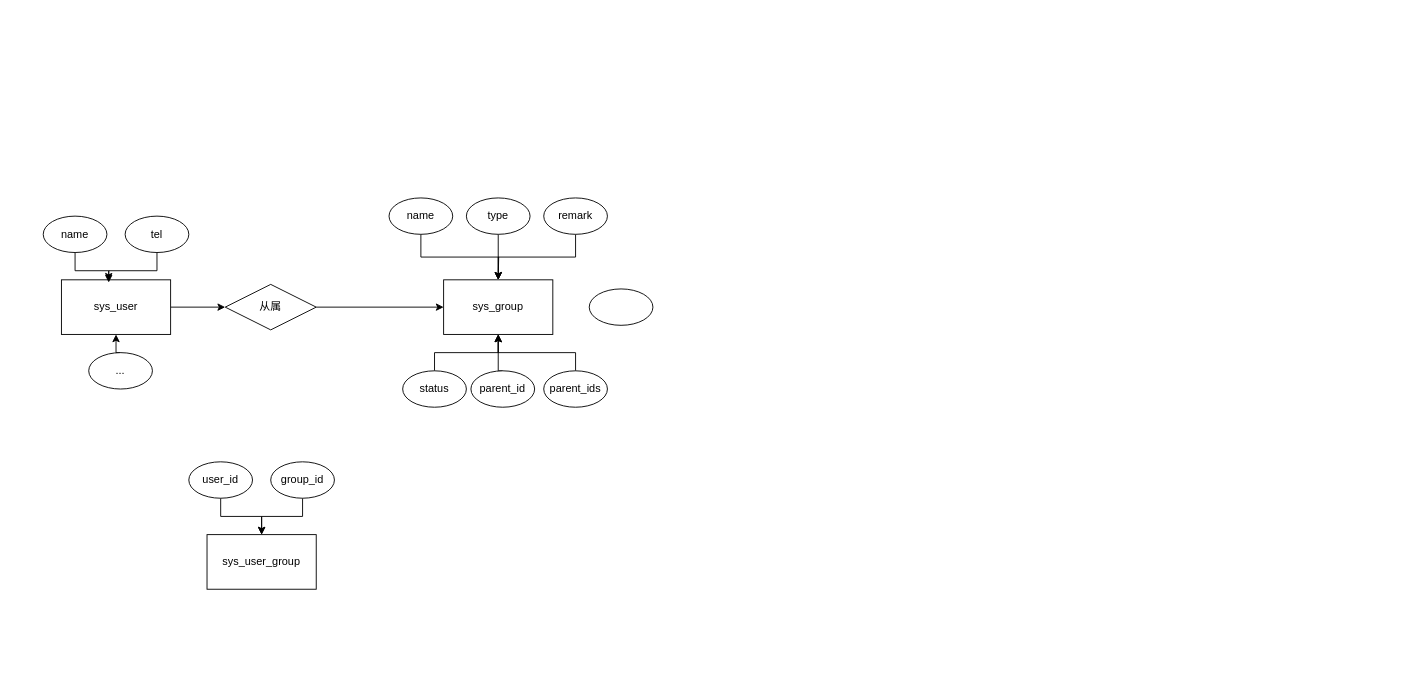
Above: 未命名绘图.drawio in xiefei0525/bmw_er (draw.io), before the change. Source tidied: cells renumbered, new cells numbered last; positions are measured from the earlier drawing's top-left corner, leaving out a move shared by most shapes. Both pictures are drawn from the tidied source at 91%, with x=0, y=0 at pixel (43, 197).
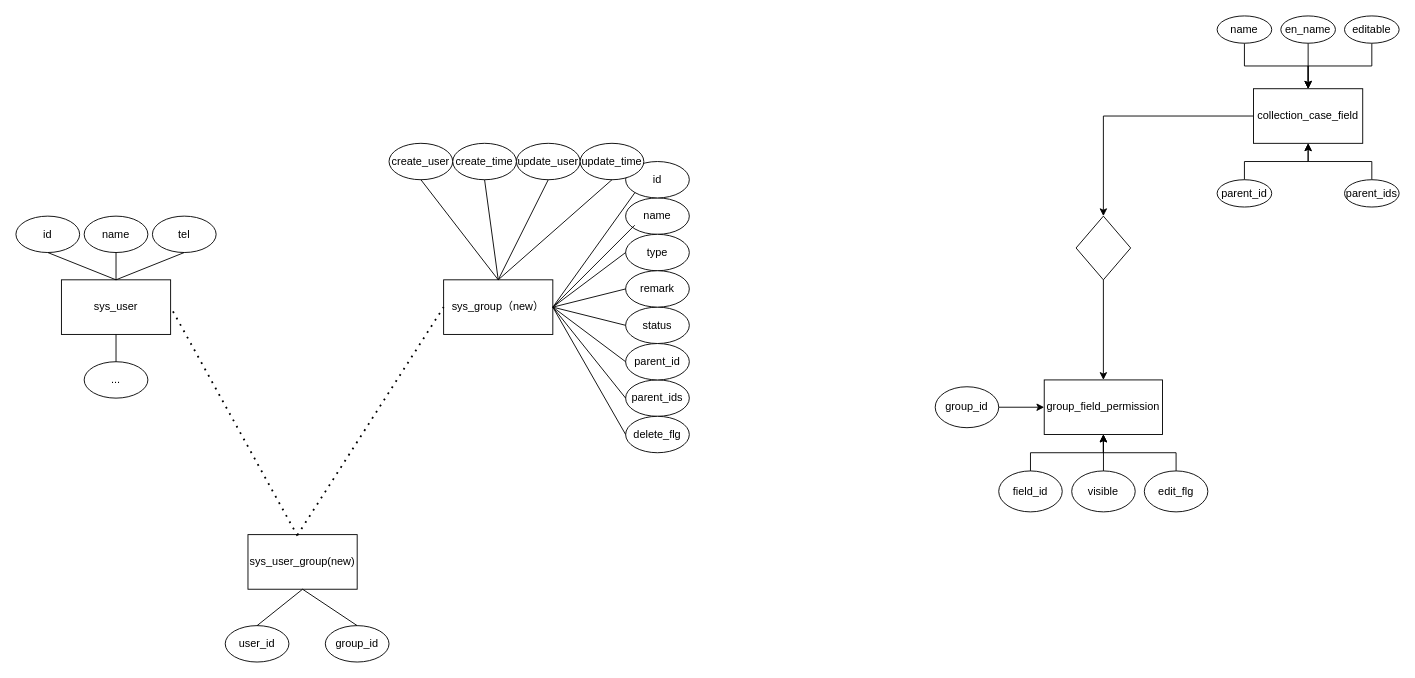
After the change.

Commit message:
更新未命名绘图.drawio

Unchanged cells that the change refers to:
```xml
<mxCell id="3" value="sys_user" style="rounded=0;whiteSpace=wrap;html=1;" parent="1" vertex="1">
  <mxGeometry x="20" y="90" width="120" height="60" as="geometry" />
</mxCell>
```

Diff of the diagram source:
```diff
@@
-    <mxCell id="2" style="edgeStyle=orthogonalEdgeStyle;rounded=0;jettySize=auto;html=1;exitX=1;exitY=0.5;exitDx=0;exitDy=0;" parent="1" edge="1" source="3" target="6">
-      <mxGeometry relative="1" as="geometry" />
-    </mxCell>
@@
-    <mxCell id="4" value="sys_group" style="rounded=0;whiteSpace=wrap;html=1;" parent="1" vertex="1">
+    <mxCell id="4" value="sys_group（new）" style="rounded=0;whiteSpace=wrap;html=1;" parent="1" vertex="1">
       <mxGeometry x="440" y="90" width="120" height="60" as="geometry" />
     </mxCell>
-    <mxCell id="5" style="edgeStyle=orthogonalEdgeStyle;rounded=0;jettySize=auto;html=1;exitX=1;exitY=0.5;exitDx=0;exitDy=0;entryX=0;entryY=0.5;entryDx=0;entryDy=0;" parent="1" edge="1" source="6" target="4">
-      <mxGeometry relative="1" as="geometry" />
-    </mxCell>
-    <mxCell id="6" value="从属" style="rhombus;whiteSpace=wrap;html=1;" parent="1" vertex="1">
-      <mxGeometry x="200" y="95" width="100" height="50" as="geometry" />
-    </mxCell>
-    <mxCell id="7" style="edgeStyle=orthogonalEdgeStyle;rounded=0;jettySize=auto;html=1;exitX=0.5;exitY=1;exitDx=0;exitDy=0;" parent="1" edge="1" source="8">
-      <mxGeometry relative="1" as="geometry">
-        <mxPoint x="500" y="90" as="targetPoint" />
-      </mxGeometry>
-    </mxCell>
     <mxCell id="8" value="name" style="ellipse;whiteSpace=wrap;html=1;" parent="1" vertex="1">
-      <mxGeometry x="380" width="70" height="40" as="geometry" />
+      <mxGeometry x="640" width="70" height="40" as="geometry" />
     </mxCell>
-    <mxCell id="9" style="edgeStyle=orthogonalEdgeStyle;rounded=0;jettySize=auto;html=1;exitX=0.5;exitY=0;exitDx=0;exitDy=0;entryX=0.5;entryY=1;entryDx=0;entryDy=0;" parent="1" edge="1" source="10" target="4">
-      <mxGeometry relative="1" as="geometry" />
-    </mxCell>
     <mxCell id="10" value="status" style="ellipse;whiteSpace=wrap;html=1;" parent="1" vertex="1">
-      <mxGeometry x="395" y="190" width="70" height="40" as="geometry" />
+      <mxGeometry x="640" y="120" width="70" height="40" as="geometry" />
     </mxCell>
-    <mxCell id="11" style="edgeStyle=orthogonalEdgeStyle;rounded=0;jettySize=auto;html=1;" parent="1" edge="1" source="12" target="4">
-      <mxGeometry relative="1" as="geometry" />
-    </mxCell>
-    <mxCell id="12" value="type" style="ellipse;whiteSpace=wrap;html=1;" parent="1" vertex="1">
-      <mxGeometry x="465" width="70" height="40" as="geometry" />
-    </mxCell>
-    <mxCell id="13" style="edgeStyle=orthogonalEdgeStyle;rounded=0;jettySize=auto;html=1;exitX=0.5;exitY=1;exitDx=0;exitDy=0;entryX=0.5;entryY=0;entryDx=0;entryDy=0;" parent="1" edge="1" source="14" target="4">
-      <mxGeometry relative="1" as="geometry" />
-    </mxCell>
-    <mxCell id="14" value="remark" style="ellipse;whiteSpace=wrap;html=1;" parent="1" vertex="1">
-      <mxGeometry x="550" width="70" height="40" as="geometry" />
-    </mxCell>
-    <mxCell id="15" style="edgeStyle=orthogonalEdgeStyle;rounded=0;jettySize=auto;html=1;exitX=0.5;exitY=0;exitDx=0;exitDy=0;entryX=0.5;entryY=1;entryDx=0;entryDy=0;" parent="1" edge="1" source="16" target="4">
-      <mxGeometry relative="1" as="geometry" />
-    </mxCell>
     <mxCell id="16" value="parent_ids" style="ellipse;whiteSpace=wrap;html=1;" parent="1" vertex="1">
-      <mxGeometry x="550" y="190" width="70" height="40" as="geometry" />
+      <mxGeometry x="640" y="200" width="70" height="40" as="geometry" />
     </mxCell>
-    <mxCell id="17" style="edgeStyle=orthogonalEdgeStyle;rounded=0;jettySize=auto;html=1;exitX=0.5;exitY=0;exitDx=0;exitDy=0;" parent="1" edge="1" source="18">
-      <mxGeometry relative="1" as="geometry">
-        <mxPoint x="500" y="150" as="targetPoint" />
-        <Array as="points">
-          <mxPoint x="500" y="190" />
-        </Array>
-      </mxGeometry>
-    </mxCell>
     <mxCell id="18" value="parent_id" style="ellipse;whiteSpace=wrap;html=1;" parent="1" vertex="1">
-      <mxGeometry x="470" y="190" width="70" height="40" as="geometry" />
+      <mxGeometry x="640" y="160" width="70" height="40" as="geometry" />
     </mxCell>
-    <mxCell id="19" style="edgeStyle=orthogonalEdgeStyle;rounded=0;jettySize=auto;html=1;exitX=0.5;exitY=1;exitDx=0;exitDy=0;entryX=0.433;entryY=0.017;entryDx=0;entryDy=0;entryPerimeter=0;" parent="1" edge="1" source="20" target="3">
-      <mxGeometry relative="1" as="geometry" />
-    </mxCell>
-    <mxCell id="20" value="name" style="ellipse;whiteSpace=wrap;html=1;" parent="1" vertex="1">
-      <mxGeometry y="20" width="70" height="40" as="geometry" />
+    <mxCell id="20" value="id" style="ellipse;whiteSpace=wrap;html=1;" parent="1" vertex="1">
+      <mxGeometry x="-30" y="20" width="70" height="40" as="geometry" />
     </mxCell>
-    <mxCell id="21" style="edgeStyle=orthogonalEdgeStyle;rounded=0;jettySize=auto;html=1;exitX=0.5;exitY=0;exitDx=0;exitDy=0;entryX=0.5;entryY=1;entryDx=0;entryDy=0;" parent="1" edge="1" source="22" target="3">
-      <mxGeometry relative="1" as="geometry" />
-    </mxCell>
     <mxCell id="22" value="..." style="ellipse;whiteSpace=wrap;html=1;" parent="1" vertex="1">
-      <mxGeometry x="50" y="170" width="70" height="40" as="geometry" />
+      <mxGeometry x="45" y="180" width="70" height="40" as="geometry" />
     </mxCell>
-    <mxCell id="23" style="edgeStyle=orthogonalEdgeStyle;rounded=0;jettySize=auto;html=1;entryX=0.433;entryY=0.05;entryDx=0;entryDy=0;entryPerimeter=0;" parent="1" edge="1" source="24" target="3">
-      <mxGeometry relative="1" as="geometry">
-        <Array as="points">
-          <mxPoint x="125" y="80" />
-          <mxPoint x="72" y="80" />
-        </Array>
-      </mxGeometry>
-    </mxCell>
     <mxCell id="24" value="tel" style="ellipse;whiteSpace=wrap;html=1;" parent="1" vertex="1">
-      <mxGeometry x="90" y="20" width="70" height="40" as="geometry" />
+      <mxGeometry x="120" y="20" width="70" height="40" as="geometry" />
     </mxCell>
-    <mxCell id="25" value="sys_user_group" style="rounded=0;whiteSpace=wrap;html=1;" parent="1" vertex="1">
-      <mxGeometry x="180" y="370" width="120" height="60" as="geometry" />
+    <mxCell id="25" value="sys_user_group(new)" style="rounded=0;whiteSpace=wrap;html=1;" parent="1" vertex="1">
+      <mxGeometry x="225" y="370" width="120" height="60" as="geometry" />
     </mxCell>
+    <mxCell id="27" value="user_id" style="ellipse;whiteSpace=wrap;html=1;" parent="1" vertex="1">
+      <mxGeometry x="200" y="470" width="70" height="40" as="geometry" />
+    </mxCell>
+    <mxCell id="29" value="group_id" style="ellipse;whiteSpace=wrap;html=1;" parent="1" vertex="1">
+      <mxGeometry x="310" y="470" width="70" height="40" as="geometry" />
+    </mxCell>
+    <mxCell id="31" style="edgeStyle=orthogonalEdgeStyle;rounded=0;jettySize=auto;html=1;exitX=0;exitY=0.5;exitDx=0;exitDy=0;" parent="1" edge="1" source="32" target="53">
+      <mxGeometry relative="1" as="geometry" />
+    </mxCell>
+    <mxCell id="32" value="collection_case_field" style="rounded=0;whiteSpace=wrap;html=1;" parent="1" vertex="1">
+      <mxGeometry x="1330" y="-120" width="120" height="60" as="geometry" />
+    </mxCell>
+    <mxCell id="33" style="edgeStyle=orthogonalEdgeStyle;rounded=0;jettySize=auto;html=1;exitX=0.5;exitY=1;exitDx=0;exitDy=0;entryX=0.5;entryY=0;entryDx=0;entryDy=0;" parent="1" edge="1" source="34" target="32">
+      <mxGeometry relative="1" as="geometry" />
+    </mxCell>
+    <mxCell id="34" value="name" style="ellipse;whiteSpace=wrap;html=1;" parent="1" vertex="1">
+      <mxGeometry x="1290" y="-200" width="60" height="30" as="geometry" />
+    </mxCell>
+    <mxCell id="35" style="edgeStyle=orthogonalEdgeStyle;rounded=0;jettySize=auto;html=1;exitX=0.5;exitY=1;exitDx=0;exitDy=0;entryX=0.5;entryY=0;entryDx=0;entryDy=0;" parent="1" edge="1" source="36" target="32">
+      <mxGeometry relative="1" as="geometry" />
+    </mxCell>
+    <mxCell id="36" value="editable" style="ellipse;whiteSpace=wrap;html=1;" parent="1" vertex="1">
+      <mxGeometry x="1430" y="-200" width="60" height="30" as="geometry" />
+    </mxCell>
+    <mxCell id="37" style="edgeStyle=orthogonalEdgeStyle;rounded=0;jettySize=auto;html=1;exitX=0.5;exitY=1;exitDx=0;exitDy=0;entryX=0.5;entryY=0;entryDx=0;entryDy=0;" parent="1" edge="1" source="38" target="32">
+      <mxGeometry relative="1" as="geometry" />
+    </mxCell>
+    <mxCell id="38" value="en_name" style="ellipse;whiteSpace=wrap;html=1;" parent="1" vertex="1">
+      <mxGeometry x="1360" y="-200" width="60" height="30" as="geometry" />
+    </mxCell>
+    <mxCell id="39" value="group_field_permission" style="rounded=0;whiteSpace=wrap;html=1;" parent="1" vertex="1">
+      <mxGeometry x="1100" y="200" width="130" height="60" as="geometry" />
+    </mxCell>
+    <mxCell id="40" style="edgeStyle=orthogonalEdgeStyle;rounded=0;jettySize=auto;html=1;exitX=0.5;exitY=0;exitDx=0;exitDy=0;entryX=0.5;entryY=1;entryDx=0;entryDy=0;" parent="1" edge="1" source="41" target="39">
+      <mxGeometry relative="1" as="geometry" />
+    </mxCell>
+    <mxCell id="41" value="edit_flg" style="ellipse;whiteSpace=wrap;html=1;rotation=0;" parent="1" vertex="1">
+      <mxGeometry x="1210" y="300" width="69.8" height="45" as="geometry" />
+    </mxCell>
+    <mxCell id="42" style="edgeStyle=orthogonalEdgeStyle;rounded=0;jettySize=auto;html=1;exitX=0.5;exitY=0;exitDx=0;exitDy=0;entryX=0.5;entryY=1;entryDx=0;entryDy=0;" parent="1" edge="1" source="43" target="39">
+      <mxGeometry relative="1" as="geometry" />
+    </mxCell>
+    <mxCell id="43" value="visible" style="ellipse;whiteSpace=wrap;html=1;rotation=0;" parent="1" vertex="1">
+      <mxGeometry x="1130.2" y="300" width="69.8" height="45" as="geometry" />
+    </mxCell>
+    <mxCell id="44" style="edgeStyle=orthogonalEdgeStyle;rounded=0;jettySize=auto;html=1;exitX=0.5;exitY=0;exitDx=0;exitDy=0;entryX=0.5;entryY=1;entryDx=0;entryDy=0;" parent="1" edge="1" source="45" target="39">
+      <mxGeometry relative="1" as="geometry" />
+    </mxCell>
+    <mxCell id="45" value="field_id" style="ellipse;whiteSpace=wrap;html=1;rotation=0;" parent="1" vertex="1">
+      <mxGeometry x="1050" y="300" width="69.8" height="45" as="geometry" />
+    </mxCell>
+    <mxCell id="46" style="edgeStyle=orthogonalEdgeStyle;rounded=0;jettySize=auto;html=1;exitX=1;exitY=0.5;exitDx=0;exitDy=0;entryX=0;entryY=0.5;entryDx=0;entryDy=0;" parent="1" edge="1" source="47" target="39">
+      <mxGeometry relative="1" as="geometry" />
+    </mxCell>
+    <mxCell id="47" value="group_id" style="ellipse;whiteSpace=wrap;html=1;rotation=0;" parent="1" vertex="1">
+      <mxGeometry x="980.2" y="207.5" width="69.8" height="45" as="geometry" />
+    </mxCell>
+    <mxCell id="48" style="edgeStyle=orthogonalEdgeStyle;rounded=0;jettySize=auto;html=1;exitX=0.5;exitY=0;exitDx=0;exitDy=0;entryX=0.5;entryY=1;entryDx=0;entryDy=0;" parent="1" edge="1" source="49" target="32">
+      <mxGeometry relative="1" as="geometry" />
+    </mxCell>
+    <mxCell id="49" value="parent_id" style="ellipse;whiteSpace=wrap;html=1;" parent="1" vertex="1">
+      <mxGeometry x="1290" y="-20" width="60" height="30" as="geometry" />
+    </mxCell>
+    <mxCell id="50" style="edgeStyle=orthogonalEdgeStyle;rounded=0;jettySize=auto;html=1;exitX=0.5;exitY=0;exitDx=0;exitDy=0;entryX=0.5;entryY=1;entryDx=0;entryDy=0;" parent="1" edge="1" source="51" target="32">
+      <mxGeometry relative="1" as="geometry" />
+    </mxCell>
+    <mxCell id="51" value="parent_ids" style="ellipse;whiteSpace=wrap;html=1;" parent="1" vertex="1">
+      <mxGeometry x="1430" y="-20" width="60" height="30" as="geometry" />
+    </mxCell>
+    <mxCell id="52" style="edgeStyle=orthogonalEdgeStyle;rounded=0;jettySize=auto;html=1;exitX=0.5;exitY=1;exitDx=0;exitDy=0;entryX=0.5;entryY=0;entryDx=0;entryDy=0;" parent="1" edge="1" source="53" target="39">
+      <mxGeometry relative="1" as="geometry" />
+    </mxCell>
+    <mxCell id="53" style="rhombus;whiteSpace=wrap;html=1;" parent="1" vertex="1">
+      <mxGeometry x="1135" y="20" width="60" height="70" as="geometry" />
+    </mxCell>
+    <mxCell id="54" style="endArrow=none;dashed=1;html=1;dashPattern=1 3;strokeWidth=2;rounded=0;entryX=1;entryY=0.5;entryDx=0;entryDy=0;exitX=0.453;exitY=0.021;exitDx=0;exitDy=0;exitPerimeter=0;" parent="1" edge="1" source="25" target="3">
+      <mxGeometry relative="1" as="geometry" />
+    </mxCell>
+    <mxCell id="55" style="endArrow=none;dashed=1;html=1;dashPattern=1 3;strokeWidth=2;rounded=0;entryX=0;entryY=0.5;entryDx=0;entryDy=0;exitX=0.453;exitY=0.008;exitDx=0;exitDy=0;exitPerimeter=0;" parent="1" edge="1" source="25" target="4">
+      <mxGeometry relative="1" as="geometry" />
+    </mxCell>
+    <mxCell id="12" value="type" style="ellipse;whiteSpace=wrap;html=1;" parent="1" vertex="1">
+      <mxGeometry x="640" y="40" width="70" height="40" as="geometry" />
+    </mxCell>
+    <mxCell id="14" value="remark" style="ellipse;whiteSpace=wrap;html=1;" parent="1" vertex="1">
+      <mxGeometry x="640" y="80" width="70" height="40" as="geometry" />
+    </mxCell>
+    <mxCell id="56" value="id" style="ellipse;whiteSpace=wrap;html=1;" parent="1" vertex="1">
+      <mxGeometry x="640" y="-40" width="70" height="40" as="geometry" />
+    </mxCell>
+    <mxCell id="57" value="create_user" style="ellipse;whiteSpace=wrap;html=1;" parent="1" vertex="1">
+      <mxGeometry x="380" y="-60" width="70" height="40" as="geometry" />
+    </mxCell>
+    <mxCell id="58" value="delete_flg" style="ellipse;whiteSpace=wrap;html=1;" parent="1" vertex="1">
+      <mxGeometry x="640" y="240" width="70" height="40" as="geometry" />
+    </mxCell>
+    <mxCell id="59" value="update_user" style="ellipse;whiteSpace=wrap;html=1;" parent="1" vertex="1">
+      <mxGeometry x="520" y="-60" width="70" height="40" as="geometry" />
+    </mxCell>
+    <mxCell id="60" value="update_time" style="ellipse;whiteSpace=wrap;html=1;" parent="1" vertex="1">
+      <mxGeometry x="590" y="-60" width="70" height="40" as="geometry" />
+    </mxCell>
+    <mxCell id="61" value="create_time" style="ellipse;whiteSpace=wrap;html=1;" parent="1" vertex="1">
+      <mxGeometry x="450" y="-60" width="70" height="40" as="geometry" />
+    </mxCell>
+    <mxCell id="62" style="endArrow=none;html=1;rounded=0;entryX=0;entryY=0.5;entryDx=0;entryDy=0;exitX=1;exitY=0.5;exitDx=0;exitDy=0;" parent="1" edge="1" source="4" target="14">
+      <mxGeometry relative="1" as="geometry" />
+    </mxCell>
+    <mxCell id="63" style="endArrow=none;html=1;rounded=0;" parent="1" edge="1">
+      <mxGeometry relative="1" as="geometry">
+        <mxPoint x="560" y="120" as="sourcePoint" />
+        <mxPoint x="650" y="30" as="targetPoint" />
+      </mxGeometry>
+    </mxCell>
+    <mxCell id="64" style="endArrow=none;html=1;rounded=0;entryX=0;entryY=1;entryDx=0;entryDy=0;exitX=1;exitY=0.5;exitDx=0;exitDy=0;" parent="1" edge="1" source="4" target="56">
+      <mxGeometry relative="1" as="geometry" />
+    </mxCell>
+    <mxCell id="65" style="endArrow=none;html=1;rounded=0;entryX=0.5;entryY=1;entryDx=0;entryDy=0;exitX=0.5;exitY=0;exitDx=0;exitDy=0;" parent="1" edge="1" source="4" target="57">
+      <mxGeometry relative="1" as="geometry" />
+    </mxCell>
+    <mxCell id="66" style="endArrow=none;html=1;rounded=0;entryX=0;entryY=0.5;entryDx=0;entryDy=0;exitX=1;exitY=0.5;exitDx=0;exitDy=0;" parent="1" edge="1" source="4" target="16">
+      <mxGeometry relative="1" as="geometry" />
+    </mxCell>
+    <mxCell id="67" style="endArrow=none;html=1;rounded=0;entryX=0;entryY=0.5;entryDx=0;entryDy=0;exitX=1;exitY=0.5;exitDx=0;exitDy=0;" parent="1" edge="1" source="4" target="18">
+      <mxGeometry relative="1" as="geometry" />
+    </mxCell>
+    <mxCell id="68" style="endArrow=none;html=1;rounded=0;entryX=0;entryY=0.5;entryDx=0;entryDy=0;exitX=1;exitY=0.5;exitDx=0;exitDy=0;" parent="1" edge="1" source="4" target="10">
+      <mxGeometry relative="1" as="geometry" />
+    </mxCell>
+    <mxCell id="69" style="endArrow=none;html=1;rounded=0;entryX=0;entryY=0.5;entryDx=0;entryDy=0;exitX=1;exitY=0.5;exitDx=0;exitDy=0;" parent="1" edge="1" source="4" target="12">
+      <mxGeometry relative="1" as="geometry" />
+    </mxCell>
+    <mxCell id="70" style="endArrow=none;html=1;rounded=0;exitX=0.5;exitY=0;exitDx=0;exitDy=0;entryX=0.5;entryY=1;entryDx=0;entryDy=0;" parent="1" edge="1" source="4" target="60">
+      <mxGeometry relative="1" as="geometry" />
+    </mxCell>
+    <mxCell id="71" style="endArrow=none;html=1;rounded=0;entryX=0.5;entryY=1;entryDx=0;entryDy=0;exitX=0.5;exitY=0;exitDx=0;exitDy=0;" parent="1" edge="1" source="4" target="59">
+      <mxGeometry relative="1" as="geometry" />
+    </mxCell>
+    <mxCell id="72" style="endArrow=none;html=1;rounded=0;entryX=0.5;entryY=1;entryDx=0;entryDy=0;exitX=0.5;exitY=0;exitDx=0;exitDy=0;" parent="1" edge="1" source="4" target="61">
+      <mxGeometry relative="1" as="geometry" />
+    </mxCell>
+    <mxCell id="73" style="endArrow=none;html=1;rounded=0;entryX=0;entryY=0.5;entryDx=0;entryDy=0;exitX=1;exitY=0.5;exitDx=0;exitDy=0;" parent="1" edge="1" source="4" target="58">
+      <mxGeometry relative="1" as="geometry" />
+    </mxCell>
-    <mxCell id="26" style="edgeStyle=orthogonalEdgeStyle;rounded=0;jettySize=auto;html=1;exitX=0.5;exitY=1;exitDx=0;exitDy=0;entryX=0.5;entryY=0;entryDx=0;entryDy=0;" parent="1" edge="1" source="27" target="25">
+    <mxCell id="26" style="endArrow=none;html=1;rounded=0;entryX=0.5;entryY=1;entryDx=0;entryDy=0;exitX=0.5;exitY=0;exitDx=0;exitDy=0;" parent="1" edge="1" source="27" target="25">
       <mxGeometry relative="1" as="geometry" />
     </mxCell>
-    <mxCell id="27" value="user_id" style="ellipse;whiteSpace=wrap;html=1;" parent="1" vertex="1">
-      <mxGeometry x="160" y="290" width="70" height="40" as="geometry" />
-    </mxCell>
-    <mxCell id="28" style="edgeStyle=orthogonalEdgeStyle;rounded=0;jettySize=auto;html=1;exitX=0.5;exitY=1;exitDx=0;exitDy=0;" parent="1" edge="1" source="29" target="25">
+    <mxCell id="28" style="endArrow=none;html=1;rounded=0;entryX=0.5;entryY=1;entryDx=0;entryDy=0;exitX=0.5;exitY=0;exitDx=0;exitDy=0;" parent="1" edge="1" source="29" target="25">
       <mxGeometry relative="1" as="geometry" />
     </mxCell>
-    <mxCell id="29" value="group_id" style="ellipse;whiteSpace=wrap;html=1;" parent="1" vertex="1">
-      <mxGeometry x="250" y="290" width="70" height="40" as="geometry" />
-    </mxCell>
-    <mxCell id="30" style="ellipse;whiteSpace=wrap;html=1;" parent="1" vertex="1">
-      <mxGeometry x="600" y="100" width="70" height="40" as="geometry" />
-    </mxCell>
+    <mxCell id="21" style="endArrow=none;html=1;rounded=0;exitX=0.5;exitY=0;exitDx=0;exitDy=0;entryX=0.5;entryY=1;entryDx=0;entryDy=0;" parent="1" edge="1" source="22" target="3">
+      <mxGeometry relative="1" as="geometry" />
+    </mxCell>
+    <mxCell id="74" style="endArrow=none;html=1;rounded=0;entryX=0.5;entryY=1;entryDx=0;entryDy=0;exitX=0.5;exitY=0;exitDx=0;exitDy=0;" parent="1" edge="1" source="3" target="24">
+      <mxGeometry relative="1" as="geometry" />
+    </mxCell>
+    <mxCell id="75" style="endArrow=none;html=1;rounded=0;entryX=0.5;entryY=1;entryDx=0;entryDy=0;exitX=0.5;exitY=0;exitDx=0;exitDy=0;" parent="1" edge="1" source="3" target="20">
+      <mxGeometry relative="1" as="geometry" />
+    </mxCell>
+    <mxCell id="76" value="name" style="ellipse;whiteSpace=wrap;html=1;" parent="1" vertex="1">
+      <mxGeometry x="45" y="20" width="70" height="40" as="geometry" />
+    </mxCell>
+    <mxCell id="77" style="endArrow=none;html=1;rounded=0;exitX=0.5;exitY=0;exitDx=0;exitDy=0;entryX=0.5;entryY=1;entryDx=0;entryDy=0;" parent="1" edge="1" source="3" target="76">
+      <mxGeometry relative="1" as="geometry" />
+    </mxCell>
```
